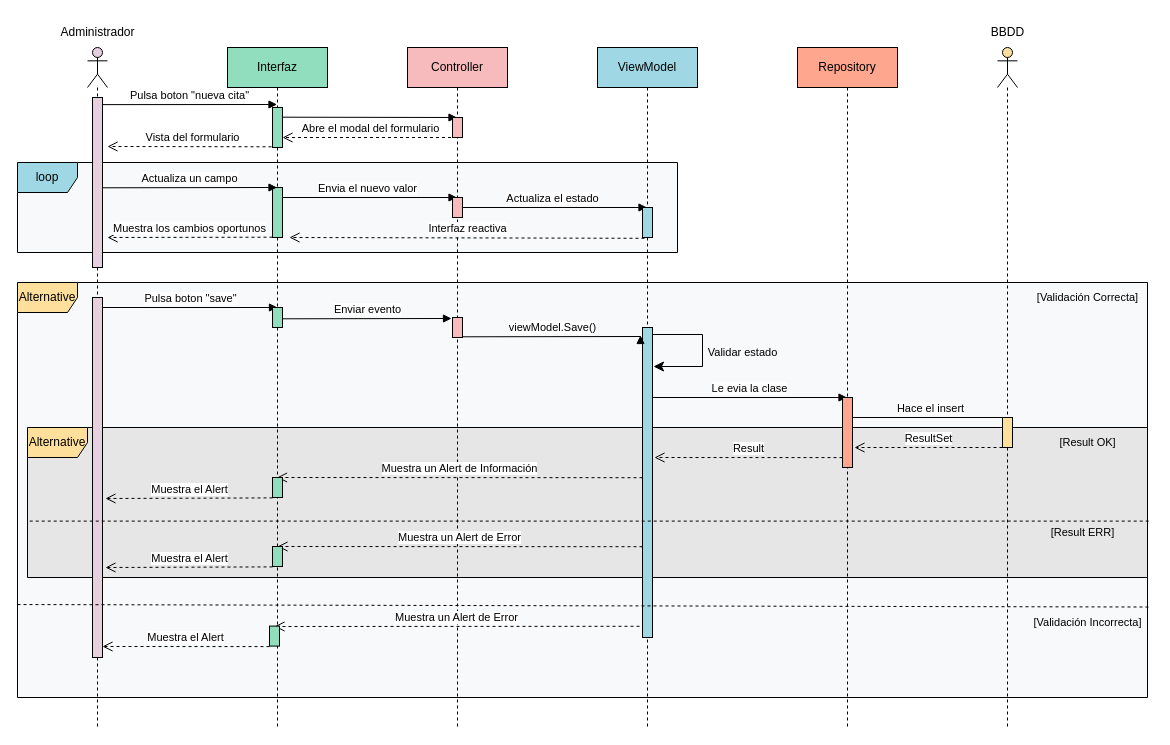
Earlier version of the draw.io diagram Entornos de desarrollo/DiagramaDeSecuencia/DS_NuevaCita.drawio (SergioDeIscarValera/ITV_LUIS_VIVES). Source tidied: cells renumbered, new cells numbered last; positions are measured from the earlier drawing's top-left corner, leaving out a move shared by most shapes. Both pictures are drawn from the tidied source at 100%, with x=0, y=0 at pixel (17, 17).
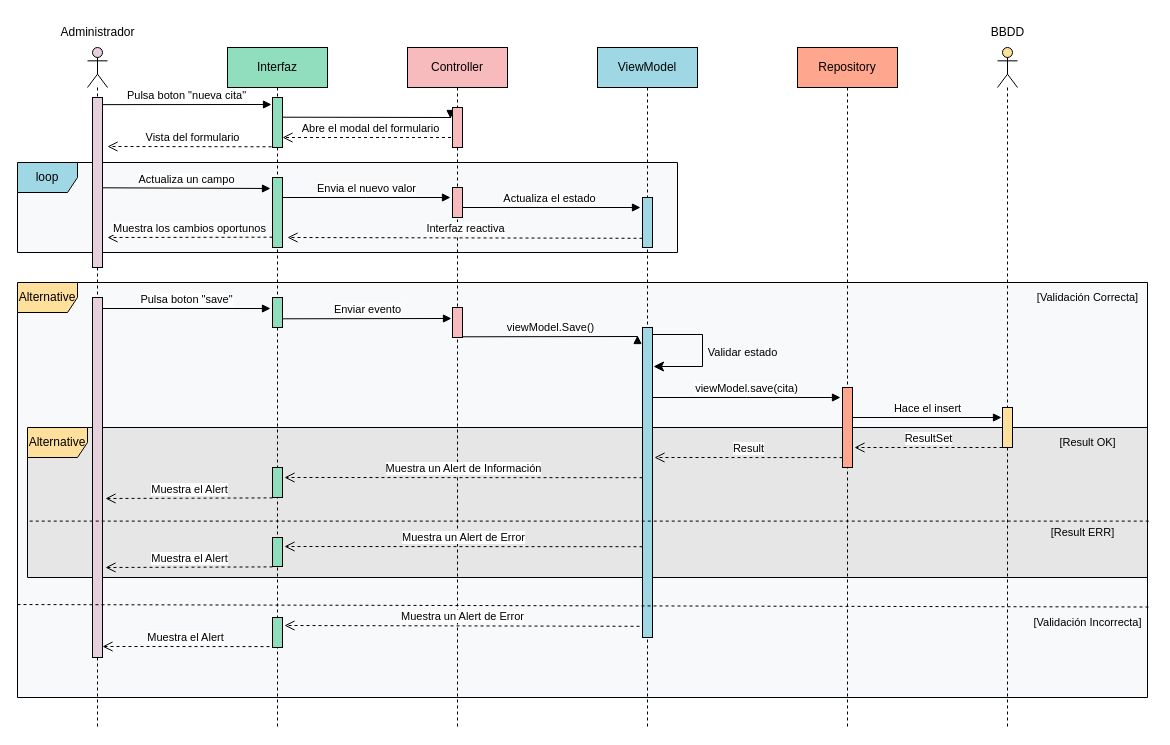
The same diagram, later.

Unchanged cells that the change refers to:
```xml
<mxCell id="8" value="Interfaz" style="shape=umlLifeline;perimeter=lifelinePerimeter;whiteSpace=wrap;html=1;outlineConnect=0;portConstraint=eastwest;newEdgeStyle={&quot;edgeStyle&quot;:&quot;elbowEdgeStyle&quot;,&quot;elbow&quot;:&quot;vertical&quot;,&quot;curved&quot;:0,&quot;rounded&quot;:0};fillColor=#91DEBF;" parent="1" vertex="1">
  <mxGeometry x="210" y="30" width="100" height="680" as="geometry" />
</mxCell>
<mxCell id="9" value="Controller" style="shape=umlLifeline;perimeter=lifelinePerimeter;whiteSpace=wrap;html=1;outlineConnect=0;portConstraint=eastwest;newEdgeStyle={&quot;edgeStyle&quot;:&quot;elbowEdgeStyle&quot;,&quot;elbow&quot;:&quot;vertical&quot;,&quot;curved&quot;:0,&quot;rounded&quot;:0};fillColor=#F7BBBD;" parent="1" vertex="1">
  <mxGeometry x="390" y="30" width="100" height="680" as="geometry" />
</mxCell>
<mxCell id="14" value="Repository" style="shape=umlLifeline;perimeter=lifelinePerimeter;whiteSpace=wrap;html=1;outlineConnect=0;portConstraint=eastwest;newEdgeStyle={&quot;edgeStyle&quot;:&quot;elbowEdgeStyle&quot;,&quot;elbow&quot;:&quot;vertical&quot;,&quot;curved&quot;:0,&quot;rounded&quot;:0};fillColor=#FFA78E;" parent="1" vertex="1">
  <mxGeometry x="780" y="30" width="100" height="680" as="geometry" />
</mxCell>
<mxCell id="15" style="rounded=0;whiteSpace=wrap;html=1;fillColor=#E6D0DE;" parent="1" vertex="1">
  <mxGeometry x="75" y="80" width="10" height="170" as="geometry" />
</mxCell>
```

Change to the diagram source:
```diff
@@
-    <mxCell id="7" value="Envia el nuevo valor" style="html=1;verticalAlign=bottom;endArrow=block;edgeStyle=elbowEdgeStyle;elbow=vertical;curved=0;rounded=0;" parent="1" edge="1">
-      <mxGeometry relative="1" as="geometry">
-        <mxPoint x="260" y="180" as="sourcePoint" />
-        <mxPoint x="439.5" y="180.3" as="targetPoint" />
-      </mxGeometry>
-    </mxCell>
@@
     <mxCell id="17" style="rounded=0;whiteSpace=wrap;html=1;fillColor=#91DEBF;" parent="1" vertex="1">
-      <mxGeometry x="255" y="90" width="10" height="40" as="geometry" />
+      <mxGeometry x="255" y="80" width="10" height="50" as="geometry" />
     </mxCell>
     <mxCell id="18" value="Actualiza el estado" style="html=1;verticalAlign=bottom;endArrow=block;edgeStyle=elbowEdgeStyle;elbow=vertical;curved=0;rounded=0;" parent="1" edge="1">
       <mxGeometry relative="1" as="geometry">
         <mxPoint x="440" y="190" as="sourcePoint" />
-        <mxPoint x="629.5" y="190.3" as="targetPoint" />
+        <mxPoint x="623" y="190" as="targetPoint" />
       </mxGeometry>
     </mxCell>
     <mxCell id="19" value="Interfaz reactiva" style="html=1;verticalAlign=bottom;endArrow=open;dashed=1;endSize=8;edgeStyle=elbowEdgeStyle;elbow=vertical;curved=0;rounded=0;" parent="1" edge="1">
       <mxGeometry relative="1" as="geometry">
-        <mxPoint x="627" y="220.8" as="sourcePoint" />
-        <mxPoint x="272" y="220" as="targetPoint" />
+        <mxPoint x="625" y="220.8" as="sourcePoint" />
+        <mxPoint x="270" y="220" as="targetPoint" />
       </mxGeometry>
     </mxCell>
     <mxCell id="20" style="rounded=0;whiteSpace=wrap;html=1;fillColor=#91DEBF;" parent="1" vertex="1">
-      <mxGeometry x="255" y="170" width="10" height="50" as="geometry" />
+      <mxGeometry x="255" y="160" width="10" height="70" as="geometry" />
     </mxCell>
     <mxCell id="21" value="Actualiza un campo" style="html=1;verticalAlign=bottom;endArrow=block;edgeStyle=elbowEdgeStyle;elbow=vertical;curved=0;rounded=0;exitX=1.022;exitY=0.274;exitDx=0;exitDy=0;exitPerimeter=0;" parent="1" edge="1">
       <mxGeometry relative="1" as="geometry">
         <mxPoint x="85.2" y="170.3" as="sourcePoint" />
-        <mxPoint x="259.5" y="170.3" as="targetPoint" />
+        <mxPoint x="253" y="171" as="targetPoint" />
       </mxGeometry>
     </mxCell>
     <mxCell id="22" style="rounded=0;whiteSpace=wrap;html=1;fillColor=#F7BBBD;" parent="1" vertex="1">
-      <mxGeometry x="435" y="180" width="10" height="20" as="geometry" />
+      <mxGeometry x="435" y="170" width="10" height="30" as="geometry" />
     </mxCell>
-    <mxCell id="23" value="Pulsa boton &quot;nueva cita&quot;" style="html=1;verticalAlign=bottom;endArrow=block;edgeStyle=elbowEdgeStyle;elbow=vertical;curved=0;rounded=0;exitX=1.022;exitY=0.042;exitDx=0;exitDy=0;exitPerimeter=0;" parent="1" edge="1" source="15" target="8">
-      <mxGeometry relative="1" as="geometry" />
+    <mxCell id="23" value="Pulsa boton &quot;nueva cita&quot;" style="html=1;verticalAlign=bottom;endArrow=block;edgeStyle=elbowEdgeStyle;elbow=vertical;curved=0;rounded=0;exitX=1.022;exitY=0.042;exitDx=0;exitDy=0;exitPerimeter=0;" parent="1" edge="1" source="15">
+      <mxGeometry relative="1" as="geometry">
+        <mxPoint x="254" y="87" as="targetPoint" />
+      </mxGeometry>
     </mxCell>
@@
     <mxCell id="25" value="Pulsa boton &quot;save&quot;" style="html=1;verticalAlign=bottom;endArrow=block;edgeStyle=elbowEdgeStyle;elbow=vertical;curved=0;rounded=0;exitX=1.022;exitY=0.042;exitDx=0;exitDy=0;exitPerimeter=0;" parent="1" edge="1">
       <mxGeometry relative="1" as="geometry">
         <mxPoint x="85" y="290" as="sourcePoint" />
-        <mxPoint x="260" y="290" as="targetPoint" />
+        <mxPoint x="253" y="291" as="targetPoint" />
       </mxGeometry>
     </mxCell>
     <mxCell id="26" style="rounded=0;whiteSpace=wrap;html=1;fillColor=#91DEBF;" parent="1" vertex="1">
-      <mxGeometry x="255" y="290" width="10" height="20" as="geometry" />
+      <mxGeometry x="255" y="280" width="10" height="30" as="geometry" />
     </mxCell>
-    <mxCell id="27" style="html=1;verticalAlign=bottom;endArrow=block;edgeStyle=elbowEdgeStyle;elbow=vertical;curved=0;rounded=0;" parent="1" edge="1" target="9">
+    <mxCell id="27" style="html=1;verticalAlign=bottom;endArrow=block;edgeStyle=elbowEdgeStyle;elbow=vertical;curved=0;rounded=0;" parent="1" edge="1">
       <mxGeometry relative="1" as="geometry">
         <mxPoint x="265" y="99.7" as="sourcePoint" />
+        <mxPoint x="433" y="101" as="targetPoint" />
       </mxGeometry>
     </mxCell>
@@
     <mxCell id="29" style="rounded=0;whiteSpace=wrap;html=1;fillColor=#F7BBBD;" parent="1" vertex="1">
-      <mxGeometry x="435" y="100" width="10" height="20" as="geometry" />
+      <mxGeometry x="435" y="90" width="10" height="40" as="geometry" />
     </mxCell>
     <mxCell id="30" style="rounded=0;whiteSpace=wrap;html=1;fillColor=#9FD8E4;" parent="1" vertex="1">
-      <mxGeometry x="625" y="190" width="10" height="30" as="geometry" />
+      <mxGeometry x="625" y="180" width="10" height="50" as="geometry" />
     </mxCell>
@@
-    <mxCell id="37" value="Le evia la clase" style="html=1;verticalAlign=bottom;endArrow=block;edgeStyle=elbowEdgeStyle;elbow=vertical;curved=0;rounded=0;" parent="1" edge="1" target="14">
+    <mxCell id="37" value="viewModel.save(cita)" style="html=1;verticalAlign=bottom;endArrow=block;edgeStyle=elbowEdgeStyle;elbow=vertical;curved=0;rounded=0;" parent="1" edge="1">
       <mxGeometry relative="1" as="geometry">
         <mxPoint x="635" y="380" as="sourcePoint" />
+        <mxPoint x="823" y="380" as="targetPoint" />
       </mxGeometry>
     </mxCell>
     <mxCell id="38" style="rounded=0;whiteSpace=wrap;html=1;fillColor=#F7BBBD;" parent="1" vertex="1">
-      <mxGeometry x="435" y="300" width="10" height="20" as="geometry" />
+      <mxGeometry x="435" y="290" width="10" height="30" as="geometry" />
     </mxCell>
     <mxCell id="39" value="viewModel.Save()" style="html=1;verticalAlign=bottom;endArrow=block;edgeStyle=elbowEdgeStyle;elbow=vertical;curved=0;rounded=0;" parent="1" edge="1">
       <mxGeometry relative="1" as="geometry">
         <mxPoint x="445" y="319.3" as="sourcePoint" />
-        <mxPoint x="623" y="318" as="targetPoint" />
+        <mxPoint x="620" y="318" as="targetPoint" />
       </mxGeometry>
     </mxCell>
     <mxCell id="40" style="rounded=0;whiteSpace=wrap;html=1;fillColor=#FFA78E;" parent="1" vertex="1">
-      <mxGeometry x="825" y="380" width="10" height="70" as="geometry" />
+      <mxGeometry x="825" y="370" width="10" height="80" as="geometry" />
     </mxCell>
     <mxCell id="41" value="Hace el insert" style="html=1;verticalAlign=bottom;endArrow=block;edgeStyle=elbowEdgeStyle;elbow=vertical;curved=0;rounded=0;" parent="1" edge="1">
       <mxGeometry relative="1" as="geometry">
         <mxPoint x="835" y="400" as="sourcePoint" />
-        <mxPoint x="990" y="399" as="targetPoint" />
+        <mxPoint x="984" y="400" as="targetPoint" />
       </mxGeometry>
     </mxCell>
     <mxCell id="42" style="rounded=0;whiteSpace=wrap;html=1;fillColor=#FFDF9C;" parent="1" vertex="1">
-      <mxGeometry x="985" y="400" width="10" height="30" as="geometry" />
+      <mxGeometry x="985" y="390" width="10" height="40" as="geometry" />
     </mxCell>
@@
-    <mxCell id="45" value="Muestra un Alert de Información" style="html=1;verticalAlign=bottom;endArrow=open;dashed=1;endSize=8;edgeStyle=elbowEdgeStyle;elbow=vertical;curved=0;rounded=0;" parent="1" edge="1" target="8">
+    <mxCell id="45" value="Muestra un Alert de Información" style="html=1;verticalAlign=bottom;endArrow=open;dashed=1;endSize=8;edgeStyle=elbowEdgeStyle;elbow=vertical;curved=0;rounded=0;" parent="1" edge="1">
       <mxGeometry relative="1" as="geometry">
         <mxPoint x="625" y="460.2" as="sourcePoint" />
+        <mxPoint x="267" y="460" as="targetPoint" />
       </mxGeometry>
     </mxCell>
     <mxCell id="46" style="rounded=0;whiteSpace=wrap;html=1;fillColor=#91DEBF;" parent="1" vertex="1">
-      <mxGeometry x="255" y="460" width="10" height="20" as="geometry" />
+      <mxGeometry x="255" y="450" width="10" height="30" as="geometry" />
     </mxCell>
@@
     <mxCell id="51" value="Muestra un Alert de Error" style="html=1;verticalAlign=bottom;endArrow=open;dashed=1;endSize=8;edgeStyle=elbowEdgeStyle;elbow=vertical;curved=0;rounded=0;" parent="1" edge="1">
       <mxGeometry relative="1" as="geometry">
         <mxPoint x="625" y="529.2" as="sourcePoint" />
-        <mxPoint x="260" y="529" as="targetPoint" />
+        <mxPoint x="267" y="529" as="targetPoint" />
       </mxGeometry>
     </mxCell>
     <mxCell id="52" style="rounded=0;whiteSpace=wrap;html=1;fillColor=#91DEBF;" parent="1" vertex="1">
-      <mxGeometry x="255" y="529" width="10" height="20" as="geometry" />
+      <mxGeometry x="255" y="520" width="10" height="29" as="geometry" />
     </mxCell>
@@
     <mxCell id="54" value="Muestra un Alert de Error" style="html=1;verticalAlign=bottom;endArrow=open;dashed=1;endSize=8;edgeStyle=elbowEdgeStyle;elbow=vertical;curved=0;rounded=0;" parent="1" edge="1">
       <mxGeometry relative="1" as="geometry">
         <mxPoint x="622" y="608.8" as="sourcePoint" />
-        <mxPoint x="257" y="608.6" as="targetPoint" />
+        <mxPoint x="267" y="608" as="targetPoint" />
       </mxGeometry>
     </mxCell>
     <mxCell id="55" style="rounded=0;whiteSpace=wrap;html=1;fillColor=#91DEBF;" parent="1" vertex="1">
-      <mxGeometry x="252" y="608.6" width="10" height="20" as="geometry" />
+      <mxGeometry x="255" y="600" width="10" height="30" as="geometry" />
     </mxCell>
@@
+    <mxCell id="7" value="Envia el nuevo valor" style="html=1;verticalAlign=bottom;endArrow=block;edgeStyle=elbowEdgeStyle;elbow=vertical;curved=0;rounded=0;" parent="1" edge="1">
+      <mxGeometry relative="1" as="geometry">
+        <mxPoint x="265" y="180" as="sourcePoint" />
+        <mxPoint x="433" y="180" as="targetPoint" />
+      </mxGeometry>
+    </mxCell>
```
